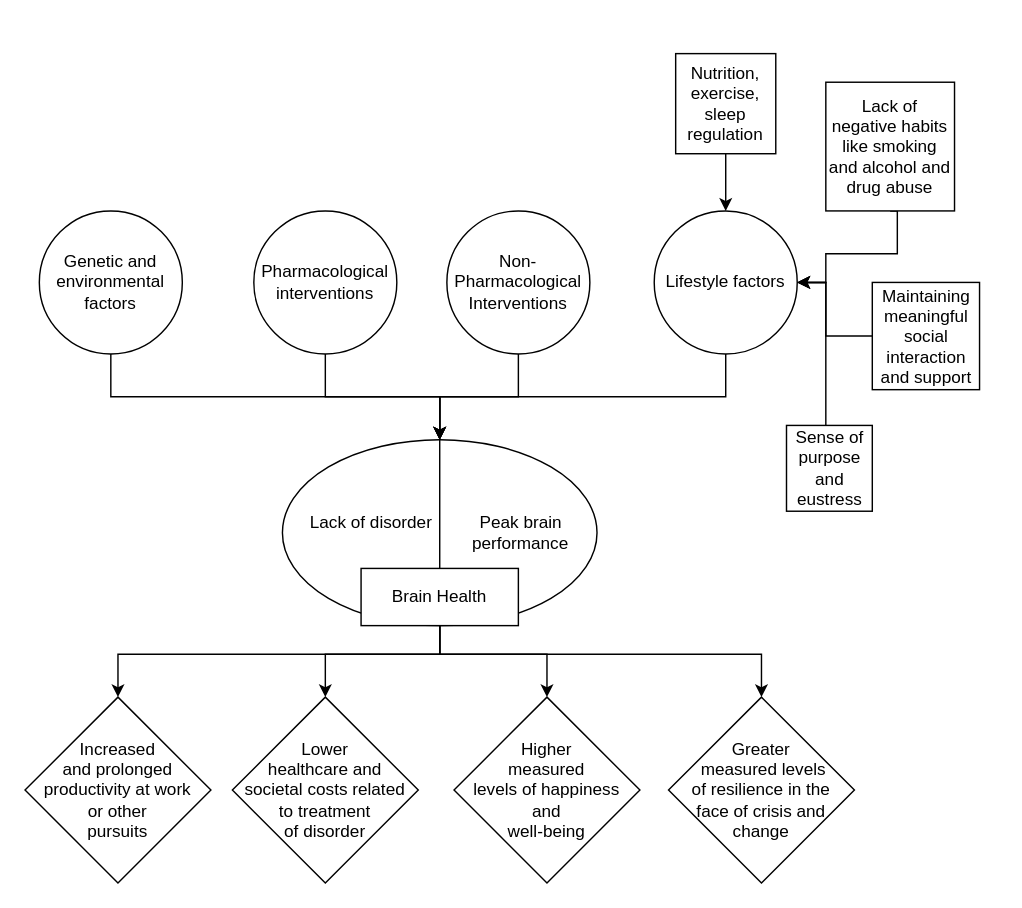
Before: Brainomics diagram.drawio in gennacampain/RProjects, a draw.io diagram. Source tidied: cells renumbered, new cells numbered last; positions are measured from the earlier drawing's top-left corner, leaving out a move shared by most shapes. Both pictures are drawn from the tidied source at 143%, with x=0, y=0 at pixel (24, 53).
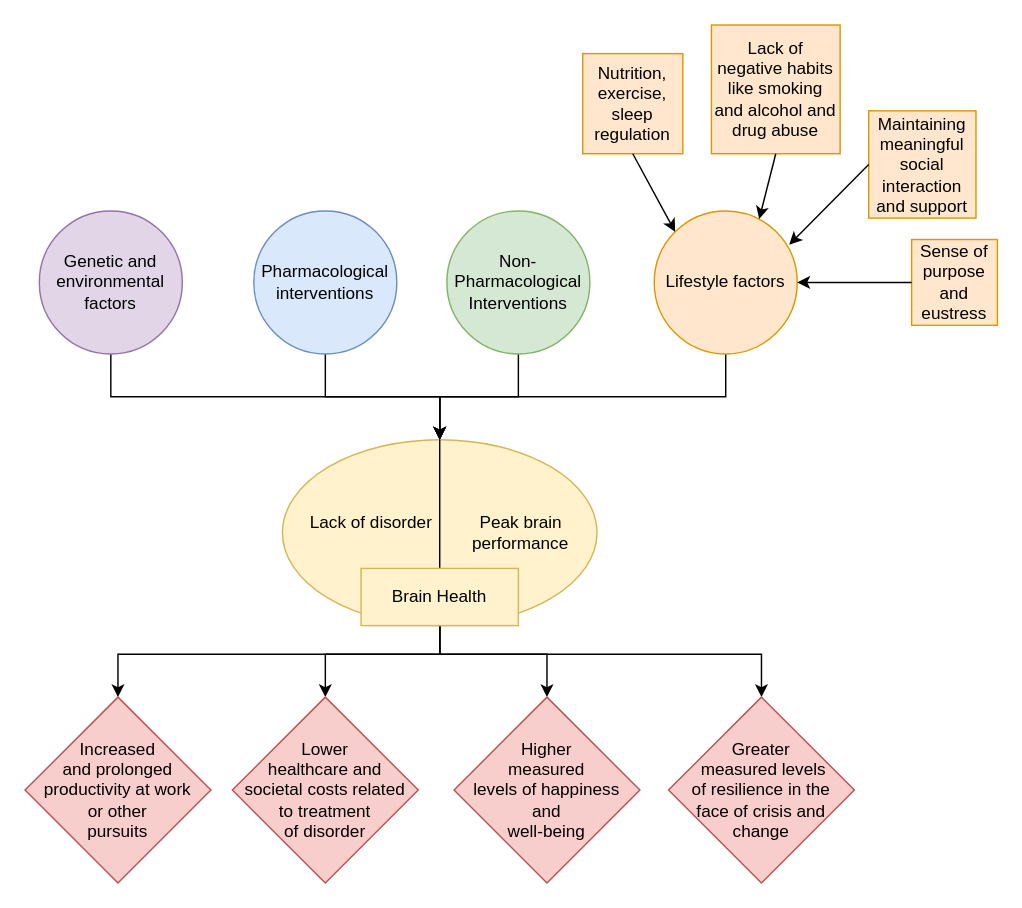
The same page after the edit.

Diff of the diagram source:
```diff
@@
-    <mxCell id="2" value="&lt;div style=&quot;text-align: left;&quot;&gt;&lt;span style=&quot;background-color: initial;&quot;&gt;Lack of disorder&amp;nbsp; &amp;nbsp; &amp;nbsp; &amp;nbsp; &amp;nbsp; &lt;/span&gt;&lt;span style=&quot;background-color: initial;&quot;&gt;Peak b&lt;/span&gt;&lt;span style=&quot;background-color: initial;&quot;&gt;rain&amp;nbsp;&lt;/span&gt;&lt;/div&gt;&lt;div style=&quot;text-align: left;&quot;&gt;&lt;span style=&quot;background-color: initial;&quot;&gt;&lt;span style=&quot;white-space: pre;&quot;&gt; &lt;/span&gt;&lt;span style=&quot;white-space: pre;&quot;&gt; &lt;/span&gt;&lt;span style=&quot;white-space: pre;&quot;&gt; &lt;/span&gt;&lt;span style=&quot;white-space: pre;&quot;&gt; &lt;/span&gt;&amp;nbsp; &amp;nbsp; &amp;nbsp; &amp;nbsp; &amp;nbsp; &amp;nbsp; &amp;nbsp; &amp;nbsp; &amp;nbsp; &amp;nbsp; &amp;nbsp; &amp;nbsp; &amp;nbsp; &amp;nbsp; &amp;nbsp; performance&lt;/span&gt;&lt;/div&gt;" style="ellipse;whiteSpace=wrap;html=1;" parent="1" vertex="1">
+    <mxCell id="2" value="&lt;div style=&quot;text-align: left;&quot;&gt;&lt;span style=&quot;background-color: initial;&quot;&gt;Lack of disorder&amp;nbsp; &amp;nbsp; &amp;nbsp; &amp;nbsp; &amp;nbsp; &lt;/span&gt;&lt;span style=&quot;background-color: initial;&quot;&gt;Peak b&lt;/span&gt;&lt;span style=&quot;background-color: initial;&quot;&gt;rain&amp;nbsp;&lt;/span&gt;&lt;/div&gt;&lt;div style=&quot;text-align: left;&quot;&gt;&lt;span style=&quot;background-color: initial;&quot;&gt;&lt;span style=&quot;white-space: pre;&quot;&gt; &lt;/span&gt;&lt;span style=&quot;white-space: pre;&quot;&gt; &lt;/span&gt;&lt;span style=&quot;white-space: pre;&quot;&gt; &lt;/span&gt;&lt;span style=&quot;white-space: pre;&quot;&gt; &lt;/span&gt;&amp;nbsp; &amp;nbsp; &amp;nbsp; &amp;nbsp; &amp;nbsp; &amp;nbsp; &amp;nbsp; &amp;nbsp; &amp;nbsp; &amp;nbsp; &amp;nbsp; &amp;nbsp; &amp;nbsp; &amp;nbsp; &amp;nbsp; performance&lt;/span&gt;&lt;/div&gt;" style="ellipse;whiteSpace=wrap;html=1;fillColor=#fff2cc;strokeColor=#d6b656;" parent="1" vertex="1">
       <mxGeometry x="180" y="270" width="220" height="130" as="geometry" />
     </mxCell>
@@
-    <mxCell id="4" value="Pharmacological interventions" style="ellipse;whiteSpace=wrap;html=1;" parent="1" vertex="1">
+    <mxCell id="4" value="Pharmacological interventions" style="ellipse;whiteSpace=wrap;html=1;fillColor=#dae8fc;strokeColor=#6c8ebf;" parent="1" vertex="1">
       <mxGeometry x="160" y="110" width="100" height="100" as="geometry" />
     </mxCell>
@@
-    <mxCell id="6" value="Non-Pharmacological Interventions" style="ellipse;whiteSpace=wrap;html=1;" parent="1" vertex="1">
+    <mxCell id="6" value="Non-Pharmacological Interventions" style="ellipse;whiteSpace=wrap;html=1;fillColor=#d5e8d4;strokeColor=#82b366;" parent="1" vertex="1">
       <mxGeometry x="295" y="110" width="100" height="100" as="geometry" />
     </mxCell>
-    <mxCell id="7" style="edgeStyle=orthogonalEdgeStyle;rounded=0;jettySize=auto;html=1;" parent="1" edge="1" source="8" target="12">
-      <mxGeometry relative="1" as="geometry" />
-    </mxCell>
-    <mxCell id="8" value="Nutrition, exercise, sleep regulation" style="whiteSpace=wrap;html=1;" parent="1" vertex="1">
-      <mxGeometry x="455" width="70" height="70" as="geometry" />
+    <mxCell id="8" value="Nutrition, exercise, sleep regulation" style="whiteSpace=wrap;html=1;fillColor=#ffe6cc;strokeColor=#d79b00;" parent="1" vertex="1">
+      <mxGeometry x="390" width="70" height="70" as="geometry" />
     </mxCell>
@@
-    <mxCell id="10" value="Genetic and environmental factors" style="ellipse;whiteSpace=wrap;html=1;" parent="1" vertex="1">
+    <mxCell id="10" value="Genetic and environmental factors" style="ellipse;whiteSpace=wrap;html=1;fillColor=#e1d5e7;strokeColor=#9673a6;" parent="1" vertex="1">
       <mxGeometry x="10" y="110" width="100" height="100" as="geometry" />
     </mxCell>
@@
-    <mxCell id="12" value="Lifestyle factors" style="ellipse;whiteSpace=wrap;html=1;" parent="1" vertex="1">
+    <mxCell id="12" value="Lifestyle factors" style="ellipse;whiteSpace=wrap;html=1;fillColor=#ffe6cc;strokeColor=#d79b00;" parent="1" vertex="1">
       <mxGeometry x="440" y="110" width="100" height="100" as="geometry" />
     </mxCell>
-    <mxCell id="13" style="edgeStyle=orthogonalEdgeStyle;rounded=0;jettySize=auto;html=1;exitX=0.5;exitY=1;exitDx=0;exitDy=0;entryX=1;entryY=0.5;entryDx=0;entryDy=0;" parent="1" edge="1" source="14" target="12">
-      <mxGeometry relative="1" as="geometry">
-        <Array as="points">
-          <mxPoint x="610" y="140" />
-          <mxPoint x="560" y="140" />
-          <mxPoint x="560" y="160" />
-        </Array>
-      </mxGeometry>
-    </mxCell>
-    <mxCell id="14" value="Lack of &lt;br&gt;negative habits like smoking and alcohol and drug abuse" style="whiteSpace=wrap;html=1;" parent="1" vertex="1">
-      <mxGeometry x="560" y="20" width="90" height="90" as="geometry" />
+    <mxCell id="14" value="Lack of &lt;br&gt;negative habits like smoking and alcohol and drug abuse" style="whiteSpace=wrap;html=1;fillColor=#ffe6cc;strokeColor=#d79b00;" parent="1" vertex="1">
+      <mxGeometry x="480" y="-20" width="90" height="90" as="geometry" />
     </mxCell>
-    <mxCell id="15" style="edgeStyle=orthogonalEdgeStyle;rounded=0;jettySize=auto;html=1;" parent="1" edge="1" source="16" target="12">
-      <mxGeometry relative="1" as="geometry">
-        <Array as="points">
-          <mxPoint x="560" y="198" />
-          <mxPoint x="560" y="160" />
-        </Array>
-      </mxGeometry>
-    </mxCell>
-    <mxCell id="16" value="Maintaining meaningful social interaction and support" style="whiteSpace=wrap;html=1;" parent="1" vertex="1">
-      <mxGeometry x="592.5" y="160" width="75" height="75" as="geometry" />
+    <mxCell id="16" value="Maintaining meaningful social interaction and support" style="whiteSpace=wrap;html=1;fillColor=#ffe6cc;strokeColor=#d79b00;" parent="1" vertex="1">
+      <mxGeometry x="590" y="40" width="75" height="75" as="geometry" />
     </mxCell>
-    <mxCell id="17" style="edgeStyle=orthogonalEdgeStyle;rounded=0;jettySize=auto;html=1;" parent="1" edge="1" source="18" target="12">
-      <mxGeometry relative="1" as="geometry">
-        <Array as="points">
-          <mxPoint x="560" y="160" />
-        </Array>
-      </mxGeometry>
-    </mxCell>
-    <mxCell id="18" value="Sense of purpose &lt;br&gt;and eustress" style="whiteSpace=wrap;html=1;" parent="1" vertex="1">
-      <mxGeometry x="532.5" y="260" width="60" height="60" as="geometry" />
+    <mxCell id="18" value="Sense of purpose &lt;br&gt;and eustress" style="whiteSpace=wrap;html=1;fillColor=#ffe6cc;strokeColor=#d79b00;" parent="1" vertex="1">
+      <mxGeometry x="620" y="130" width="60" height="60" as="geometry" />
     </mxCell>
@@
-    <mxCell id="25" value="Brain Health" style="rounded=0;whiteSpace=wrap;html=1;" parent="1" vertex="1">
+    <mxCell id="25" value="Brain Health" style="rounded=0;whiteSpace=wrap;html=1;fillColor=#fff2cc;strokeColor=#d6b656;" parent="1" vertex="1">
       <mxGeometry x="235" y="360" width="110" height="40" as="geometry" />
     </mxCell>
-    <mxCell id="26" value="Increased &lt;br&gt;and prolonged&lt;br&gt;productivity at work &lt;br&gt;or other &lt;br&gt;pursuits" style="rhombus;whiteSpace=wrap;html=1;" parent="1" vertex="1">
+    <mxCell id="26" value="Increased &lt;br&gt;and prolonged&lt;br&gt;productivity at work &lt;br&gt;or other &lt;br&gt;pursuits" style="rhombus;whiteSpace=wrap;html=1;fillColor=#f8cecc;strokeColor=#b85450;" parent="1" vertex="1">
       <mxGeometry y="450" width="130" height="130" as="geometry" />
     </mxCell>
-    <mxCell id="27" value="Lower &lt;br&gt;healthcare and &lt;br&gt;societal costs related &lt;br&gt;to treatment &lt;br&gt;of disorder" style="rhombus;whiteSpace=wrap;html=1;" parent="1" vertex="1">
+    <mxCell id="27" value="Lower &lt;br&gt;healthcare and &lt;br&gt;societal costs related &lt;br&gt;to treatment &lt;br&gt;of disorder" style="rhombus;whiteSpace=wrap;html=1;fillColor=#f8cecc;strokeColor=#b85450;" parent="1" vertex="1">
       <mxGeometry x="145" y="450" width="130" height="130" as="geometry" />
     </mxCell>
-    <mxCell id="28" value="Higher &lt;br&gt;measured &lt;br&gt;levels of happiness &lt;br&gt;and &lt;br&gt;well-being" style="rhombus;whiteSpace=wrap;html=1;" parent="1" vertex="1">
+    <mxCell id="28" value="Higher &lt;br&gt;measured &lt;br&gt;levels of happiness &lt;br&gt;and &lt;br&gt;well-being" style="rhombus;whiteSpace=wrap;html=1;fillColor=#f8cecc;strokeColor=#b85450;" parent="1" vertex="1">
       <mxGeometry x="300" y="450" width="130" height="130" as="geometry" />
     </mxCell>
-    <mxCell id="29" value="Greater &lt;br&gt;&amp;nbsp;measured levels &lt;br&gt;of resilience in the &lt;br&gt;face of crisis and&lt;br&gt;change" style="rhombus;whiteSpace=wrap;html=1;" parent="1" vertex="1">
+    <mxCell id="29" value="Greater &lt;br&gt;&amp;nbsp;measured levels &lt;br&gt;of resilience in the &lt;br&gt;face of crisis and&lt;br&gt;change" style="rhombus;whiteSpace=wrap;html=1;fillColor=#f8cecc;strokeColor=#b85450;" parent="1" vertex="1">
       <mxGeometry x="450" y="450" width="130" height="130" as="geometry" />
     </mxCell>
+    <mxCell id="13" style="endArrow=classic;html=1;rounded=0;exitX=0.5;exitY=1;exitDx=0;exitDy=0;entryX=0.734;entryY=0.057;entryDx=0;entryDy=0;entryPerimeter=0;" parent="1" edge="1" source="14" target="12">
+      <mxGeometry relative="1" as="geometry" />
+    </mxCell>
+    <mxCell id="15" style="endArrow=classic;html=1;rounded=0;exitX=0;exitY=0.5;exitDx=0;exitDy=0;entryX=0.944;entryY=0.236;entryDx=0;entryDy=0;entryPerimeter=0;" parent="1" edge="1" source="16" target="12">
+      <mxGeometry relative="1" as="geometry" />
+    </mxCell>
+    <mxCell id="17" style="endArrow=classic;html=1;rounded=0;exitX=0;exitY=0.5;exitDx=0;exitDy=0;entryX=1;entryY=0.5;entryDx=0;entryDy=0;" parent="1" edge="1" source="18" target="12">
+      <mxGeometry relative="1" as="geometry" />
+    </mxCell>
+    <mxCell id="7" style="endArrow=classic;html=1;rounded=0;exitX=0.5;exitY=1;exitDx=0;exitDy=0;entryX=0;entryY=0;entryDx=0;entryDy=0;" parent="1" edge="1" source="8" target="12">
+      <mxGeometry relative="1" as="geometry" />
+    </mxCell>
```
